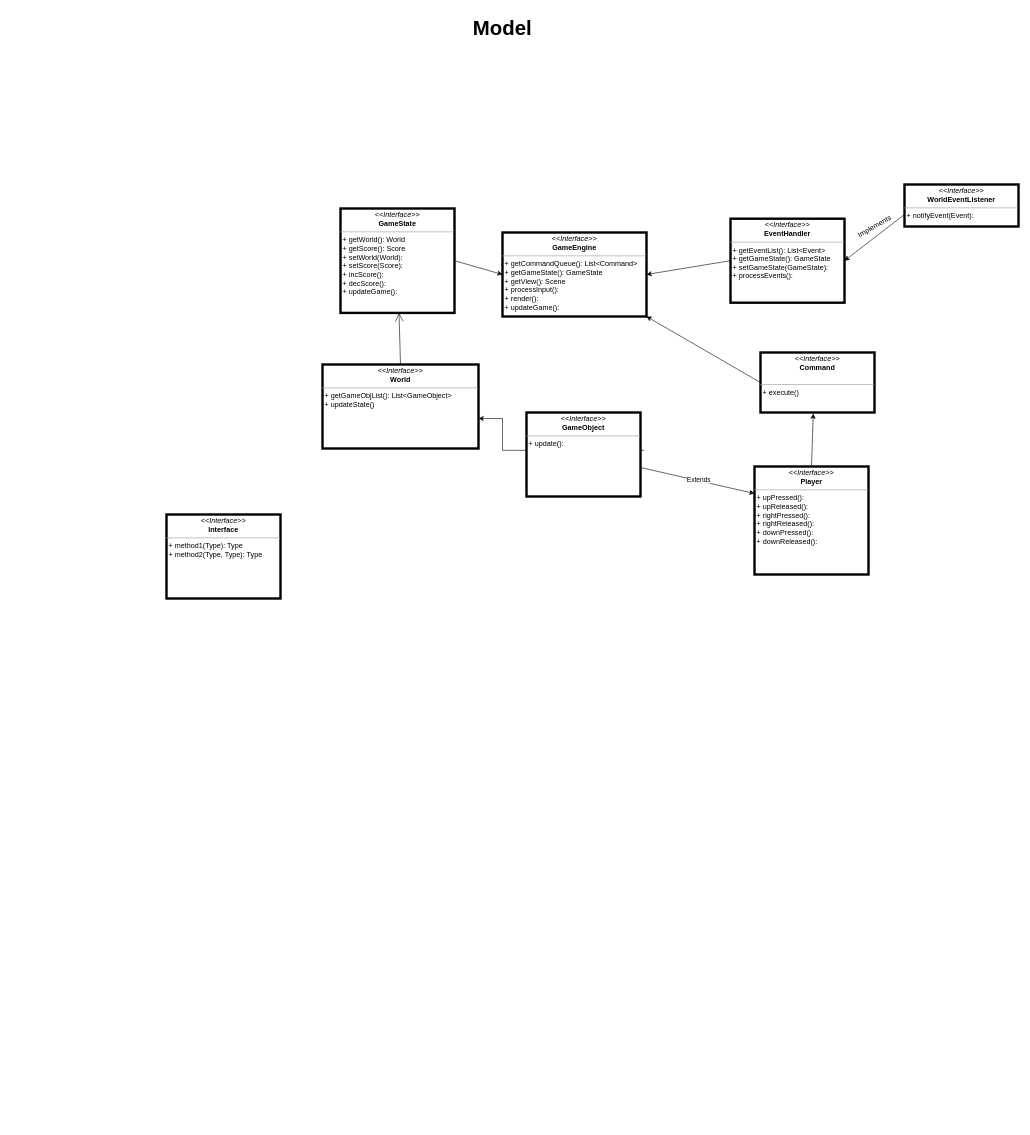
This is report/Uml.drawio from Fraloha/OOP20-bomber1, a draw.io file, before an edit. Source tidied: cells renumbered, new cells numbered last; positions are measured from the earlier drawing's top-left corner, leaving out a move shared by most shapes. Both pictures are drawn from the tidied source at 60%, with x=0, y=0 at pixel (166, 10).
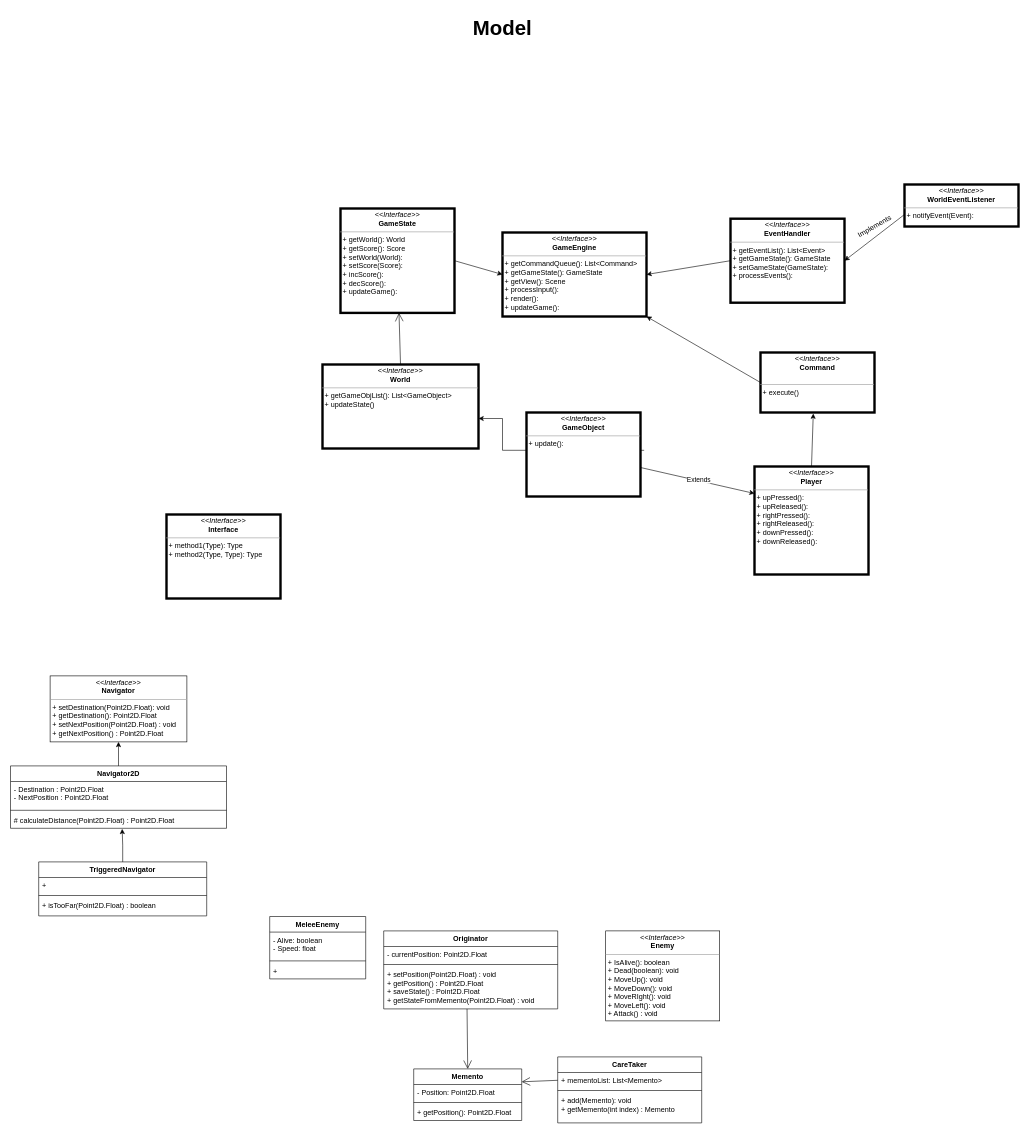
Above is the later version.

Change to the diagram source:
```diff
@@
+    <mxCell id="23" value="&lt;p style=&quot;margin: 0px ; margin-top: 4px ; text-align: center&quot;&gt;&lt;i&gt;&amp;lt;&amp;lt;Interface&amp;gt;&amp;gt;&lt;/i&gt;&lt;br&gt;&lt;b&gt;Enemy&lt;/b&gt;&lt;/p&gt;&lt;hr size=&quot;1&quot;&gt;&lt;p style=&quot;margin: 0px ; margin-left: 4px&quot;&gt;+ IsAlive(): boolean&lt;br&gt;+ Dead(boolean): void&lt;/p&gt;&lt;p style=&quot;margin: 0px ; margin-left: 4px&quot;&gt;+ MoveUp(): void&lt;/p&gt;&lt;p style=&quot;margin: 0px ; margin-left: 4px&quot;&gt;+ MoveDown(): void&lt;/p&gt;&lt;p style=&quot;margin: 0px ; margin-left: 4px&quot;&gt;+ MoveRIght(): void&lt;/p&gt;&lt;p style=&quot;margin: 0px ; margin-left: 4px&quot;&gt;+ MoveLeft(): void&lt;/p&gt;&lt;p style=&quot;margin: 0px ; margin-left: 4px&quot;&gt;+ Attack() : void&lt;/p&gt;" style="verticalAlign=top;align=left;overflow=fill;fontSize=12;fontFamily=Helvetica;html=1;" parent="1" vertex="1">
+      <mxGeometry x="732" y="1534" width="190" height="150" as="geometry" />
+    </mxCell>
+    <mxCell id="24" value="MeleeEnemy" style="swimlane;fontStyle=1;align=center;verticalAlign=top;horizontal=1;startSize=26;" parent="1" vertex="1">
+      <mxGeometry x="172" y="1510" width="160" height="104" as="geometry" />
+    </mxCell>
+    <mxCell id="25" value="- Alive: boolean&#10;- Speed: float" style="text;strokeColor=none;fillColor=none;align=left;verticalAlign=top;spacingLeft=4;spacingRight=4;overflow=hidden;" parent="24" vertex="1">
+      <mxGeometry y="26" width="160" height="44" as="geometry" />
+    </mxCell>
+    <mxCell id="26" style="line;strokeWidth=1;fillColor=none;align=left;verticalAlign=middle;spacingTop=-1;spacingLeft=3;spacingRight=3;labelPosition=right;" parent="24" vertex="1">
+      <mxGeometry y="70" width="160" height="8" as="geometry" />
+    </mxCell>
+    <mxCell id="27" value="+ " style="text;strokeColor=none;fillColor=none;align=left;verticalAlign=top;spacingLeft=4;spacingRight=4;overflow=hidden;" parent="24" vertex="1">
+      <mxGeometry y="78" width="160" height="26" as="geometry" />
+    </mxCell>
+    <mxCell id="28" value="Memento" style="swimlane;fontStyle=1;align=center;verticalAlign=top;horizontal=1;startSize=26;" parent="1" vertex="1">
+      <mxGeometry x="412" y="1764" width="180" height="86" as="geometry" />
+    </mxCell>
+    <mxCell id="29" value="- Position: Point2D.Float" style="text;strokeColor=none;fillColor=none;align=left;verticalAlign=top;spacingLeft=4;spacingRight=4;overflow=hidden;" parent="28" vertex="1">
+      <mxGeometry y="26" width="180" height="26" as="geometry" />
+    </mxCell>
+    <mxCell id="30" style="line;strokeWidth=1;fillColor=none;align=left;verticalAlign=middle;spacingTop=-1;spacingLeft=3;spacingRight=3;labelPosition=right;" parent="28" vertex="1">
+      <mxGeometry y="52" width="180" height="8" as="geometry" />
+    </mxCell>
+    <mxCell id="31" value="+ getPosition(): Point2D.Float" style="text;strokeColor=none;fillColor=none;align=left;verticalAlign=top;spacingLeft=4;spacingRight=4;overflow=hidden;" parent="28" vertex="1">
+      <mxGeometry y="60" width="180" height="26" as="geometry" />
+    </mxCell>
+    <mxCell id="32" value="Originator" style="swimlane;fontStyle=1;align=center;verticalAlign=top;horizontal=1;startSize=26;" parent="1" vertex="1">
+      <mxGeometry x="362" y="1534" width="290" height="130" as="geometry" />
+    </mxCell>
+    <mxCell id="33" value="- currentPosition: Point2D.Float" style="text;strokeColor=none;fillColor=none;align=left;verticalAlign=top;spacingLeft=4;spacingRight=4;overflow=hidden;" parent="32" vertex="1">
+      <mxGeometry y="26" width="290" height="26" as="geometry" />
+    </mxCell>
+    <mxCell id="34" style="line;strokeWidth=1;fillColor=none;align=left;verticalAlign=middle;spacingTop=-1;spacingLeft=3;spacingRight=3;labelPosition=right;" parent="32" vertex="1">
+      <mxGeometry y="52" width="290" height="8" as="geometry" />
+    </mxCell>
+    <mxCell id="35" value="+ setPosition(Point2D.Float) : void&#10;+ getPosition() : Point2D.Float&#10;+ saveState() : Point2D.Float&#10;+ getStateFromMemento(Point2D.Float) : void" style="text;strokeColor=none;fillColor=none;align=left;verticalAlign=top;spacingLeft=4;spacingRight=4;overflow=hidden;points=[[0,0.5],[1,0.5]];portConstraint=eastwest;" parent="32" vertex="1">
+      <mxGeometry y="60" width="290" height="70" as="geometry" />
+    </mxCell>
+    <mxCell id="36" value="CareTaker" style="swimlane;fontStyle=1;align=center;verticalAlign=top;horizontal=1;startSize=26;" parent="1" vertex="1">
+      <mxGeometry x="652" y="1744" width="240" height="110" as="geometry" />
+    </mxCell>
+    <mxCell id="37" value="+ mementoList: List&lt;Memento&gt;" style="text;strokeColor=none;fillColor=none;align=left;verticalAlign=top;spacingLeft=4;spacingRight=4;overflow=hidden;points=[[0,0.5],[1,0.5]];portConstraint=eastwest;" parent="36" vertex="1">
+      <mxGeometry y="26" width="240" height="26" as="geometry" />
+    </mxCell>
+    <mxCell id="38" style="line;strokeWidth=1;fillColor=none;align=left;verticalAlign=middle;spacingTop=-1;spacingLeft=3;spacingRight=3;labelPosition=right;" parent="36" vertex="1">
+      <mxGeometry y="52" width="240" height="8" as="geometry" />
+    </mxCell>
+    <mxCell id="39" value="+ add(Memento): void&#10;+ getMemento(int index) : Memento" style="text;strokeColor=none;fillColor=none;align=left;verticalAlign=top;spacingLeft=4;spacingRight=4;overflow=hidden;" parent="36" vertex="1">
+      <mxGeometry y="60" width="240" height="50" as="geometry" />
+    </mxCell>
+    <mxCell id="40" style="endArrow=open;endFill=1;endSize=12;html=1;entryX=1;entryY=0.25;entryDx=0;entryDy=0;exitX=0;exitY=0.5;exitDx=0;exitDy=0;" parent="1" edge="1" source="37" target="28">
+      <mxGeometry relative="1" as="geometry" />
+    </mxCell>
+    <mxCell id="41" style="endArrow=open;endFill=1;endSize=12;html=1;exitX=0.479;exitY=1;exitDx=0;exitDy=0;exitPerimeter=0;entryX=0.5;entryY=0;entryDx=0;entryDy=0;" parent="1" edge="1" source="35" target="28">
+      <mxGeometry relative="1" as="geometry" />
+    </mxCell>
+    <mxCell id="42" value="&lt;p style=&quot;margin: 0px ; margin-top: 4px ; text-align: center&quot;&gt;&lt;i&gt;&amp;lt;&amp;lt;Interface&amp;gt;&amp;gt;&lt;/i&gt;&lt;br&gt;&lt;b&gt;Navigator&lt;/b&gt;&lt;/p&gt;&lt;hr size=&quot;1&quot;&gt;&lt;p style=&quot;margin: 0px ; margin-left: 4px&quot;&gt;+ setDestination(Point2D.Float): void&lt;br&gt;+ getDestination(): Point2D.Float&lt;/p&gt;&lt;p style=&quot;margin: 0px ; margin-left: 4px&quot;&gt;+ setNextPosition(Point2D.Float) : void&lt;/p&gt;&lt;p style=&quot;margin: 0px ; margin-left: 4px&quot;&gt;+ getNextPosition() : Point2D.Float&lt;/p&gt;" style="verticalAlign=top;align=left;overflow=fill;fontSize=12;fontFamily=Helvetica;html=1;" parent="1" vertex="1">
+      <mxGeometry x="-194" y="1109" width="228" height="110" as="geometry" />
+    </mxCell>
+    <mxCell id="43" style="edgeStyle=orthogonalEdgeStyle;rounded=0;jettySize=auto;html=1;exitX=0.5;exitY=0;exitDx=0;exitDy=0;entryX=0.5;entryY=1;entryDx=0;entryDy=0;" parent="1" edge="1" source="44" target="42">
+      <mxGeometry relative="1" as="geometry" />
+    </mxCell>
+    <mxCell id="44" value="Navigator2D" style="swimlane;fontStyle=1;align=center;verticalAlign=top;horizontal=1;startSize=26;" parent="1" vertex="1">
+      <mxGeometry x="-260" y="1259" width="360" height="104" as="geometry" />
+    </mxCell>
+    <mxCell id="45" value="- Destination : Point2D.Float&#10;- NextPosition : Point2D.Float" style="text;strokeColor=none;fillColor=none;align=left;verticalAlign=top;spacingLeft=4;spacingRight=4;overflow=hidden;" parent="44" vertex="1">
+      <mxGeometry y="26" width="360" height="44" as="geometry" />
+    </mxCell>
+    <mxCell id="46" style="line;strokeWidth=1;fillColor=none;align=left;verticalAlign=middle;spacingTop=-1;spacingLeft=3;spacingRight=3;labelPosition=right;" parent="44" vertex="1">
+      <mxGeometry y="70" width="360" height="8" as="geometry" />
+    </mxCell>
+    <mxCell id="47" value="# calculateDistance(Point2D.Float) : Point2D.Float" style="text;strokeColor=none;fillColor=none;align=left;verticalAlign=top;spacingLeft=4;spacingRight=4;overflow=hidden;points=[[0,0.5],[1,0.5]];portConstraint=eastwest;" parent="44" vertex="1">
+      <mxGeometry y="78" width="360" height="26" as="geometry" />
+    </mxCell>
+    <mxCell id="48" style="edgeStyle=orthogonalEdgeStyle;rounded=0;jettySize=auto;html=1;exitX=0.5;exitY=0;exitDx=0;exitDy=0;entryX=0.517;entryY=1.038;entryDx=0;entryDy=0;entryPerimeter=0;" parent="1" edge="1" source="49" target="47">
+      <mxGeometry relative="1" as="geometry" />
+    </mxCell>
+    <mxCell id="49" value="TriggeredNavigator" style="swimlane;fontStyle=1;align=center;verticalAlign=top;horizontal=1;startSize=26;" parent="1" vertex="1">
+      <mxGeometry x="-213" y="1419" width="280" height="90" as="geometry" />
+    </mxCell>
+    <mxCell id="50" value="+" style="text;strokeColor=none;fillColor=none;align=left;verticalAlign=top;spacingLeft=4;spacingRight=4;overflow=hidden;" parent="49" vertex="1">
+      <mxGeometry y="26" width="280" height="26" as="geometry" />
+    </mxCell>
+    <mxCell id="51" style="line;strokeWidth=1;fillColor=none;align=left;verticalAlign=middle;spacingTop=-1;spacingLeft=3;spacingRight=3;labelPosition=right;" parent="49" vertex="1">
+      <mxGeometry y="52" width="280" height="8" as="geometry" />
+    </mxCell>
+    <mxCell id="52" value="+ isTooFar(Point2D.Float) : boolean" style="text;strokeColor=none;fillColor=none;align=left;verticalAlign=top;spacingLeft=4;spacingRight=4;overflow=hidden;" parent="49" vertex="1">
+      <mxGeometry y="60" width="280" height="30" as="geometry" />
+    </mxCell>
```
